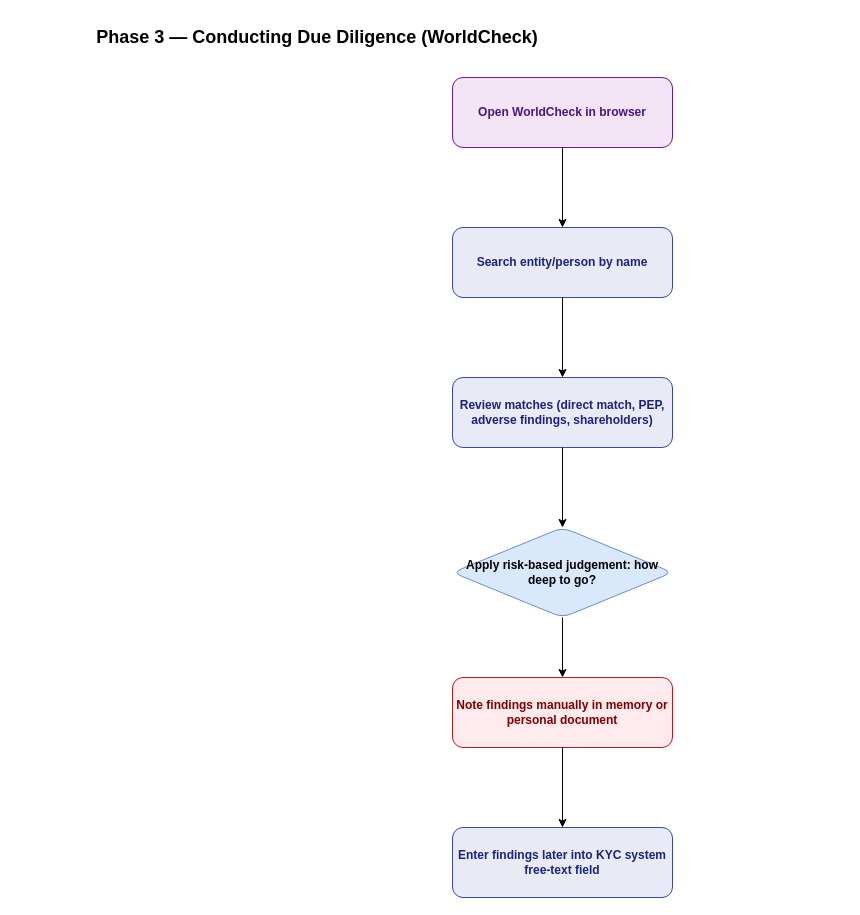
Above: page "Phase 3 WorldCheck" (5 of 8) of diagrams/drawio/asis-process.drawio in mazharr-hussain/KycReport (draw.io), before the change. Source tidied: cells renumbered, new cells numbered last; positions are measured from the earlier drawing's top-left corner, leaving out a move shared by most shapes. Both pictures are drawn from the tidied source at 100%, with x=0, y=0 at pixel (17, 17).
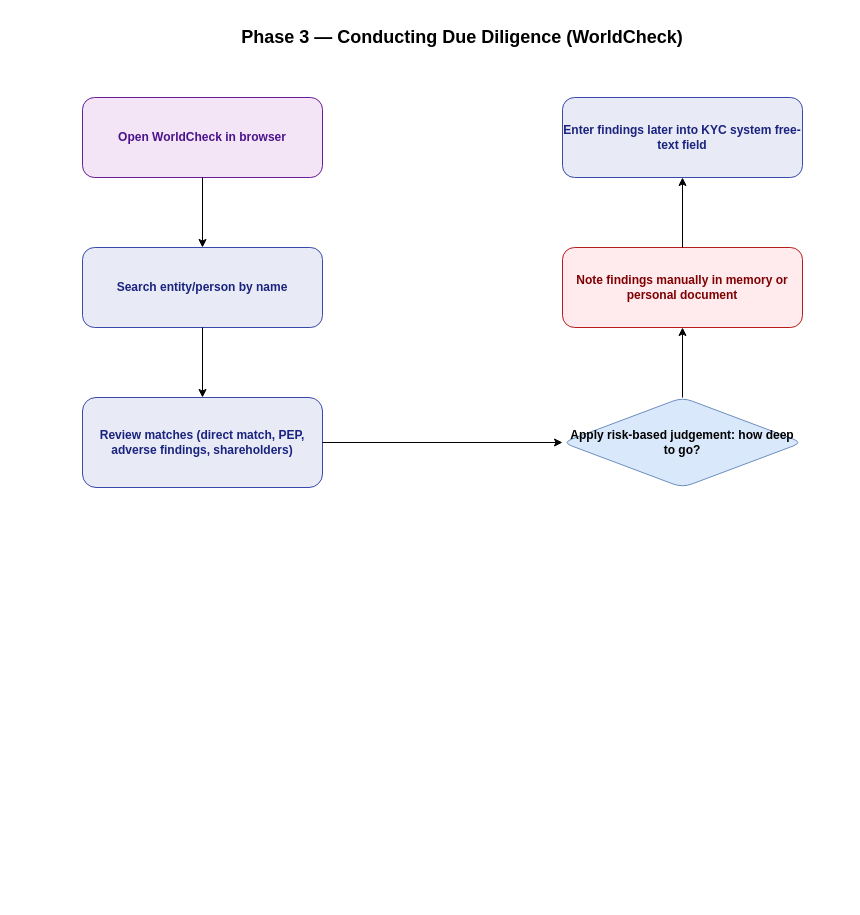
Above is the later version.

The edit, as a diff of the source:
```diff
@@
 <mxGraphModel>
   <root>
     <mxCell id="0" />
     <mxCell id="1" parent="0" />
     <mxCell id="2" value="Phase 3 — Conducting Due Diligence (WorldCheck)" style="text;html=1;strokeColor=none;fillColor=none;align=center;verticalAlign=middle;whiteSpace=wrap;rounded=0;fontSize=18;fontStyle=1;" parent="1" vertex="1">
-      <mxGeometry width="600" height="40" as="geometry" />
+      <mxGeometry x="65" width="760" height="40" as="geometry" />
     </mxCell>
     <mxCell id="3" value="Open WorldCheck in browser" style="rect;whiteSpace=wrap;html=1;fillColor=#F3E5F5;strokeColor=#6A1B9A;fontColor=#4A148C;fontSize=12;fontStyle=1;rounded=1;" parent="1" vertex="1">
-      <mxGeometry x="435" y="60" width="220" height="70" as="geometry" />
+      <mxGeometry x="65" y="80" width="240" height="80" as="geometry" />
     </mxCell>
     <mxCell id="4" value="Search entity/person by name" style="rect;whiteSpace=wrap;html=1;fillColor=#E8EAF6;strokeColor=#3949AB;fontColor=#1A237E;fontSize=12;fontStyle=1;rounded=1;" parent="1" vertex="1">
-      <mxGeometry x="435" y="210" width="220" height="70" as="geometry" />
+      <mxGeometry x="65" y="230" width="240" height="80" as="geometry" />
     </mxCell>
     <mxCell id="5" value="Review matches (direct match, PEP, adverse findings, shareholders)" style="rect;whiteSpace=wrap;html=1;fillColor=#E8EAF6;strokeColor=#3949AB;fontColor=#1A237E;fontSize=12;fontStyle=1;rounded=1;" parent="1" vertex="1">
-      <mxGeometry x="435" y="360" width="220" height="70" as="geometry" />
+      <mxGeometry x="65" y="380" width="240" height="90" as="geometry" />
     </mxCell>
     <mxCell id="6" value="Apply risk-based judgement: how deep to go?" style="rhombus;whiteSpace=wrap;html=1;fillColor=#dae8fc;strokeColor=#6c8ebf;fontColor=#000000;fontSize=12;fontStyle=1;rounded=1;" parent="1" vertex="1">
-      <mxGeometry x="435" y="510" width="220" height="90" as="geometry" />
+      <mxGeometry x="545" y="380" width="240" height="90" as="geometry" />
     </mxCell>
     <mxCell id="7" value="Note findings manually in memory or personal document" style="rect;whiteSpace=wrap;html=1;fillColor=#FFEBEE;strokeColor=#B71C1C;fontColor=#7F0000;fontSize=12;fontStyle=1;rounded=1;" parent="1" vertex="1">
-      <mxGeometry x="435" y="660" width="220" height="70" as="geometry" />
+      <mxGeometry x="545" y="230" width="240" height="80" as="geometry" />
     </mxCell>
     <mxCell id="8" value="Enter findings later into KYC system free-text field" style="rect;whiteSpace=wrap;html=1;fillColor=#E8EAF6;strokeColor=#3949AB;fontColor=#1A237E;fontSize=12;fontStyle=1;rounded=1;" parent="1" vertex="1">
-      <mxGeometry x="435" y="810" width="220" height="70" as="geometry" />
+      <mxGeometry x="545" y="80" width="240" height="80" as="geometry" />
     </mxCell>
-    <mxCell id="9" style="edgeStyle=orthogonalEdgeStyle;rounded=0;html=1;fontSize=11;" parent="1" edge="1" source="3" target="4">
+    <mxCell id="9" style="edgeStyle=orthogonalEdgeStyle;rounded=0;html=1;fontSize=11;exitX=0.5;exitY=1;entryX=0.5;entryY=0;" parent="1" edge="1" source="3" target="4">
       <mxGeometry relative="1" as="geometry" />
     </mxCell>
-    <mxCell id="10" style="edgeStyle=orthogonalEdgeStyle;rounded=0;html=1;fontSize=11;" parent="1" edge="1" source="4" target="5">
+    <mxCell id="10" style="edgeStyle=orthogonalEdgeStyle;rounded=0;html=1;fontSize=11;exitX=0.5;exitY=1;entryX=0.5;entryY=0;" parent="1" edge="1" source="4" target="5">
       <mxGeometry relative="1" as="geometry" />
     </mxCell>
-    <mxCell id="11" style="edgeStyle=orthogonalEdgeStyle;rounded=0;html=1;fontSize=11;" parent="1" edge="1" source="5" target="6">
+    <mxCell id="11" style="edgeStyle=orthogonalEdgeStyle;rounded=0;html=1;fontSize=11;exitX=1;exitY=0.5;entryX=0;entryY=0.5;" parent="1" edge="1" source="5" target="6">
       <mxGeometry relative="1" as="geometry" />
     </mxCell>
-    <mxCell id="12" style="edgeStyle=orthogonalEdgeStyle;rounded=0;html=1;fontSize=11;" parent="1" edge="1" source="6" target="7">
+    <mxCell id="12" style="edgeStyle=orthogonalEdgeStyle;rounded=0;html=1;fontSize=11;exitX=0.5;exitY=0;entryX=0.5;entryY=1;" parent="1" edge="1" source="6" target="7">
       <mxGeometry relative="1" as="geometry" />
     </mxCell>
-    <mxCell id="13" style="edgeStyle=orthogonalEdgeStyle;rounded=0;html=1;fontSize=11;" parent="1" edge="1" source="7" target="8">
+    <mxCell id="13" style="edgeStyle=orthogonalEdgeStyle;rounded=0;html=1;fontSize=11;exitX=0.5;exitY=0;entryX=0.5;entryY=1;" parent="1" edge="1" source="7" target="8">
       <mxGeometry relative="1" as="geometry" />
     </mxCell>
   </root>
 </mxGraphModel>
```
